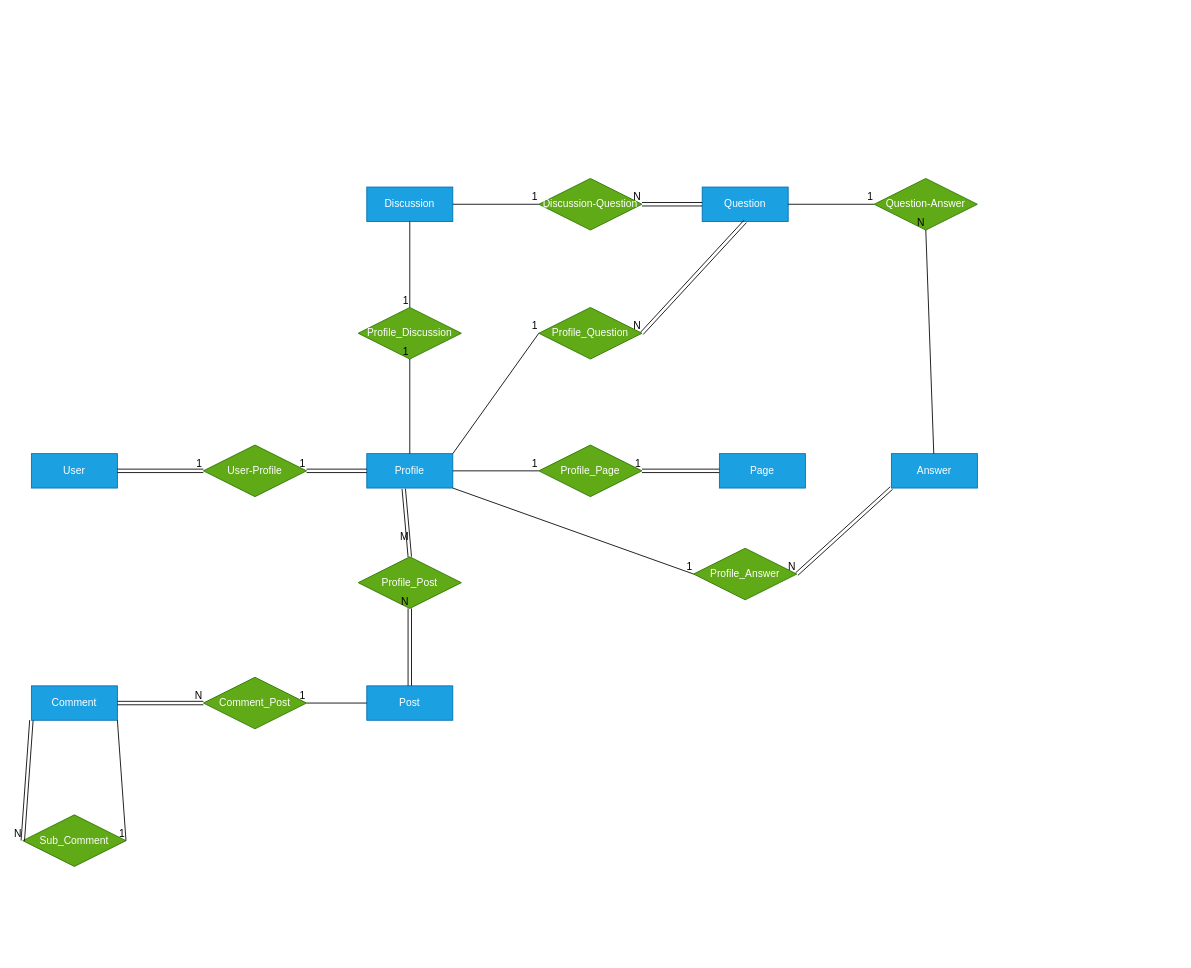
Above: core/ERD.drawio in abolfazlshahsavaryyy/citizen_journal (draw.io), before the change. Source tidied: cells renumbered, new cells numbered last; positions are measured from the earlier drawing's top-left corner, leaving out a move shared by most shapes. Both pictures are drawn from the tidied source at 86%, with x=0, y=0 at pixel (22, 178).
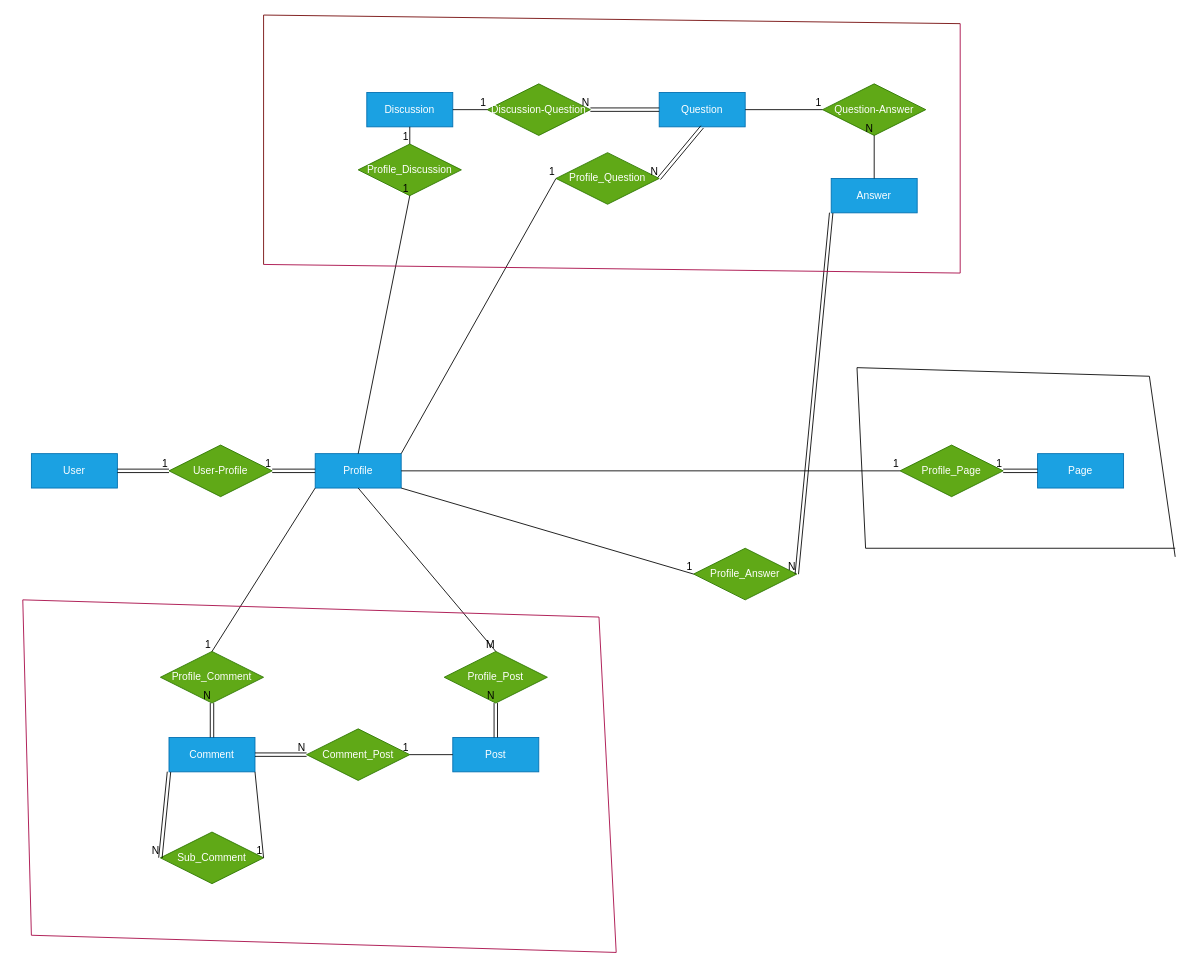
The same diagram, later.

Diff of the diagram source:
```diff
@@
     <mxCell id="3" value="&lt;div&gt;Profile&lt;/div&gt;" style="whiteSpace=wrap;html=1;align=center;fillColor=#1ba1e2;fontColor=#ffffff;strokeColor=#006EAF;" parent="1" vertex="1">
-      <mxGeometry x="400" y="320" width="100" height="40" as="geometry" />
+      <mxGeometry x="340" y="320" width="100" height="40" as="geometry" />
     </mxCell>
     <mxCell id="4" value="&lt;div&gt;Post&lt;/div&gt;" style="whiteSpace=wrap;html=1;align=center;fillColor=#1ba1e2;fontColor=#ffffff;strokeColor=#006EAF;" parent="1" vertex="1">
-      <mxGeometry x="400" y="590" width="100" height="40" as="geometry" />
+      <mxGeometry x="500" y="650" width="100" height="40" as="geometry" />
     </mxCell>
     <mxCell id="5" value="&lt;div&gt;Comment&lt;/div&gt;" style="whiteSpace=wrap;html=1;align=center;fillColor=#1ba1e2;fontColor=#ffffff;strokeColor=#006EAF;" parent="1" vertex="1">
-      <mxGeometry x="10" y="590" width="100" height="40" as="geometry" />
+      <mxGeometry x="170" y="650" width="100" height="40" as="geometry" />
     </mxCell>
     <mxCell id="6" value="&lt;div&gt;Page&lt;/div&gt;" style="whiteSpace=wrap;html=1;align=center;fillColor=#1ba1e2;fontColor=#ffffff;strokeColor=#006EAF;" parent="1" vertex="1">
-      <mxGeometry x="810" y="320" width="100" height="40" as="geometry" />
+      <mxGeometry x="1180" y="320" width="100" height="40" as="geometry" />
     </mxCell>
     <mxCell id="7" value="Discussion" style="whiteSpace=wrap;html=1;align=center;fillColor=#1ba1e2;fontColor=#ffffff;strokeColor=#006EAF;" parent="1" vertex="1">
-      <mxGeometry x="400" y="10" width="100" height="40" as="geometry" />
+      <mxGeometry x="400" y="-100" width="100" height="40" as="geometry" />
     </mxCell>
     <mxCell id="8" value="&lt;div&gt;Question&lt;/div&gt;" style="whiteSpace=wrap;html=1;align=center;fillColor=#1ba1e2;fontColor=#ffffff;strokeColor=#006EAF;" parent="1" vertex="1">
-      <mxGeometry x="790" y="10" width="100" height="40" as="geometry" />
+      <mxGeometry x="740" y="-100" width="100" height="40" as="geometry" />
     </mxCell>
     <mxCell id="9" value="&lt;div&gt;Answer&lt;/div&gt;" style="whiteSpace=wrap;html=1;align=center;fillColor=#1ba1e2;fontColor=#ffffff;strokeColor=#006EAF;" parent="1" vertex="1">
-      <mxGeometry x="1010" y="320" width="100" height="40" as="geometry" />
+      <mxGeometry x="940" width="100" height="40" as="geometry" />
     </mxCell>
     <mxCell id="10" value="User-Profile" style="shape=rhombus;perimeter=rhombusPerimeter;whiteSpace=wrap;html=1;align=center;fillColor=#60a917;fontColor=#ffffff;strokeColor=#2D7600;" parent="1" vertex="1">
-      <mxGeometry x="210" y="310" width="120" height="60" as="geometry" />
+      <mxGeometry x="170" y="310" width="120" height="60" as="geometry" />
     </mxCell>
@@
     <mxCell id="15" value="Profile_Post" style="shape=rhombus;perimeter=rhombusPerimeter;whiteSpace=wrap;html=1;align=center;fillColor=#60a917;fontColor=#ffffff;strokeColor=#2D7600;" parent="1" vertex="1">
-      <mxGeometry x="390" y="440" width="120" height="60" as="geometry" />
+      <mxGeometry x="490" y="550" width="120" height="60" as="geometry" />
     </mxCell>
@@
     <mxCell id="18" value="Comment_Post" style="shape=rhombus;perimeter=rhombusPerimeter;whiteSpace=wrap;html=1;align=center;fillColor=#60a917;fontColor=#ffffff;strokeColor=#2D7600;" parent="1" vertex="1">
-      <mxGeometry x="210" y="580" width="120" height="60" as="geometry" />
+      <mxGeometry x="330" y="640" width="120" height="60" as="geometry" />
     </mxCell>
@@
     <mxCell id="23" value="Profile_Page" style="shape=rhombus;perimeter=rhombusPerimeter;whiteSpace=wrap;html=1;align=center;fillColor=#60a917;fontColor=#ffffff;strokeColor=#2D7600;" parent="1" vertex="1">
-      <mxGeometry x="600" y="310" width="120" height="60" as="geometry" />
+      <mxGeometry x="1020" y="310" width="120" height="60" as="geometry" />
     </mxCell>
@@
     <mxCell id="26" value="Profile_Discussion" style="shape=rhombus;perimeter=rhombusPerimeter;whiteSpace=wrap;html=1;align=center;fillColor=#60a917;fontColor=#ffffff;strokeColor=#2D7600;" parent="1" vertex="1">
-      <mxGeometry x="390" y="150" width="120" height="60" as="geometry" />
+      <mxGeometry x="390" y="-40" width="120" height="60" as="geometry" />
     </mxCell>
@@
     <mxCell id="33" value="ِDiscussion-Question" style="shape=rhombus;perimeter=rhombusPerimeter;whiteSpace=wrap;html=1;align=center;fillColor=#60a917;fontColor=#ffffff;strokeColor=#2D7600;" parent="1" vertex="1">
-      <mxGeometry x="600" width="120" height="60" as="geometry" />
+      <mxGeometry x="540" y="-110" width="120" height="60" as="geometry" />
     </mxCell>
@@
     <mxCell id="38" value="Question-Answer" style="shape=rhombus;perimeter=rhombusPerimeter;whiteSpace=wrap;html=1;align=center;fillColor=#60a917;fontColor=#ffffff;strokeColor=#2D7600;" parent="1" vertex="1">
-      <mxGeometry x="990" width="120" height="60" as="geometry" />
+      <mxGeometry x="930" y="-110" width="120" height="60" as="geometry" />
     </mxCell>
@@
     <mxCell id="44" value="&lt;div&gt;Profile_Question&lt;/div&gt;" style="shape=rhombus;perimeter=rhombusPerimeter;whiteSpace=wrap;html=1;align=center;fillColor=#60a917;fontColor=#ffffff;strokeColor=#2D7600;" parent="1" vertex="1">
-      <mxGeometry x="600" y="150" width="120" height="60" as="geometry" />
+      <mxGeometry x="620" y="-30" width="120" height="60" as="geometry" />
     </mxCell>
@@
     <mxCell id="54" value="&lt;div&gt;Sub_Comment&lt;/div&gt;" style="shape=rhombus;perimeter=rhombusPerimeter;whiteSpace=wrap;html=1;align=center;fillColor=#60a917;fontColor=#ffffff;strokeColor=#2D7600;" parent="1" vertex="1">
-      <mxGeometry y="740" width="120" height="60" as="geometry" />
+      <mxGeometry x="160" y="760" width="120" height="60" as="geometry" />
     </mxCell>
@@
-    <mxCell id="59" style="shape=link;html=1;rounded=0;exitX=0.43;exitY=1.025;exitDx=0;exitDy=0;exitPerimeter=0;" parent="1" edge="1" source="3">
-      <mxGeometry relative="1" as="geometry">
-        <mxPoint x="450" y="440" as="targetPoint" />
-      </mxGeometry>
-    </mxCell>
+    <mxCell id="61" value="&lt;div&gt;Profile_Comment&lt;/div&gt;" style="shape=rhombus;perimeter=rhombusPerimeter;whiteSpace=wrap;html=1;align=center;fillColor=#60a917;fontColor=#ffffff;strokeColor=#2D7600;" parent="1" vertex="1">
+      <mxGeometry x="160" y="550" width="120" height="60" as="geometry" />
+    </mxCell>
+    <mxCell id="62" style="endArrow=none;html=1;rounded=0;exitX=0;exitY=1;exitDx=0;exitDy=0;entryX=0.5;entryY=0;entryDx=0;entryDy=0;" parent="1" edge="1" source="3" target="61">
+      <mxGeometry relative="1" as="geometry" />
+    </mxCell>
+    <mxCell id="63" value="1" style="html=1;whiteSpace=wrap;align=right;verticalAlign=bottom;" parent="62" vertex="1">
+      <mxGeometry x="1" relative="1" as="geometry" />
+    </mxCell>
+    <mxCell id="64" style="endArrow=none;html=1;rounded=0;exitX=0.5;exitY=1;exitDx=0;exitDy=0;entryX=0.5;entryY=0;entryDx=0;entryDy=0;" parent="1" edge="1" source="3" target="15">
+      <mxGeometry relative="1" as="geometry" />
+    </mxCell>
-    <mxCell id="60" value="&lt;div&gt;M&lt;/div&gt;&lt;div&gt;&lt;br&gt;&lt;/div&gt;" style="html=1;whiteSpace=wrap;align=right;verticalAlign=bottom;" parent="59" vertex="1">
+    <mxCell id="60" value="M" style="html=1;whiteSpace=wrap;align=right;verticalAlign=bottom;" parent="64" vertex="1">
       <mxGeometry x="1" relative="1" as="geometry" />
     </mxCell>
+    <mxCell id="65" style="shape=link;html=1;rounded=0;exitX=0.5;exitY=0;exitDx=0;exitDy=0;entryX=0.5;entryY=1;entryDx=0;entryDy=0;" parent="1" edge="1" source="5" target="61">
+      <mxGeometry relative="1" as="geometry" />
+    </mxCell>
+    <mxCell id="66" value="N" style="html=1;whiteSpace=wrap;align=right;verticalAlign=bottom;" parent="65" vertex="1">
+      <mxGeometry x="1" relative="1" as="geometry" />
+    </mxCell>
+    <mxCell id="67" style="endArrow=none;html=1;rounded=0;fillColor=#d80073;strokeColor=#A50040;" parent="1" edge="1">
+      <mxGeometry relative="1" as="geometry">
+        <mxPoint x="280" y="100" as="sourcePoint" />
+        <mxPoint x="1090" y="110" as="targetPoint" />
+      </mxGeometry>
+    </mxCell>
+    <mxCell id="68" style="endArrow=none;html=1;rounded=0;fillColor=#a20025;strokeColor=#6F0000;" parent="1" edge="1">
+      <mxGeometry relative="1" as="geometry">
+        <mxPoint x="280" y="100" as="sourcePoint" />
+        <mxPoint x="280" y="-190" as="targetPoint" />
+      </mxGeometry>
+    </mxCell>
+    <mxCell id="69" style="endArrow=none;html=1;rounded=0;fillColor=#a20025;strokeColor=#6F0000;" parent="1" edge="1">
+      <mxGeometry relative="1" as="geometry">
+        <mxPoint x="280" y="-190" as="sourcePoint" />
+        <mxPoint x="1090" y="-180" as="targetPoint" />
+      </mxGeometry>
+    </mxCell>
+    <mxCell id="70" style="endArrow=none;html=1;rounded=0;fillColor=#d80073;strokeColor=#A50040;" parent="1" edge="1">
+      <mxGeometry relative="1" as="geometry">
+        <mxPoint x="1090" y="110" as="sourcePoint" />
+        <mxPoint x="1090" y="-180" as="targetPoint" />
+      </mxGeometry>
+    </mxCell>
+    <mxCell id="71" style="endArrow=none;html=1;rounded=0;fillColor=#d80073;strokeColor=#A50040;" parent="1" edge="1">
+      <mxGeometry relative="1" as="geometry">
+        <mxPoint y="490" as="sourcePoint" />
+        <mxPoint x="10" y="880" as="targetPoint" />
+      </mxGeometry>
+    </mxCell>
+    <mxCell id="72" style="endArrow=none;html=1;rounded=0;fillColor=#d80073;strokeColor=#A50040;" parent="1" edge="1">
+      <mxGeometry relative="1" as="geometry">
+        <mxPoint x="10" y="880" as="sourcePoint" />
+        <mxPoint x="690" y="900" as="targetPoint" />
+      </mxGeometry>
+    </mxCell>
+    <mxCell id="73" style="endArrow=none;html=1;rounded=0;fillColor=#d80073;strokeColor=#A50040;" parent="1" edge="1">
+      <mxGeometry relative="1" as="geometry">
+        <mxPoint x="690" y="900" as="sourcePoint" />
+        <mxPoint x="670" y="510" as="targetPoint" />
+      </mxGeometry>
+    </mxCell>
+    <mxCell id="74" style="endArrow=none;html=1;rounded=0;fillColor=#d80073;strokeColor=#A50040;" parent="1" edge="1">
+      <mxGeometry relative="1" as="geometry">
+        <mxPoint y="490" as="sourcePoint" />
+        <mxPoint x="670" y="510" as="targetPoint" />
+      </mxGeometry>
+    </mxCell>
+    <mxCell id="75" style="endArrow=none;html=1;rounded=0;" parent="1" edge="1">
+      <mxGeometry relative="1" as="geometry">
+        <mxPoint x="980" y="430" as="sourcePoint" />
+        <mxPoint x="1340" y="430" as="targetPoint" />
+      </mxGeometry>
+    </mxCell>
+    <mxCell id="76" style="endArrow=none;html=1;rounded=0;" parent="1" edge="1">
+      <mxGeometry relative="1" as="geometry">
+        <mxPoint x="1340" y="440" as="sourcePoint" />
+        <mxPoint x="1310" y="230" as="targetPoint" />
+      </mxGeometry>
+    </mxCell>
+    <mxCell id="77" style="endArrow=none;html=1;rounded=0;" parent="1" edge="1">
+      <mxGeometry relative="1" as="geometry">
+        <mxPoint x="980" y="430" as="sourcePoint" />
+        <mxPoint x="970" y="220" as="targetPoint" />
+      </mxGeometry>
+    </mxCell>
+    <mxCell id="78" style="endArrow=none;html=1;rounded=0;" parent="1" edge="1">
+      <mxGeometry relative="1" as="geometry">
+        <mxPoint x="970" y="220" as="sourcePoint" />
+        <mxPoint x="1310" y="230" as="targetPoint" />
+      </mxGeometry>
+    </mxCell>
```
